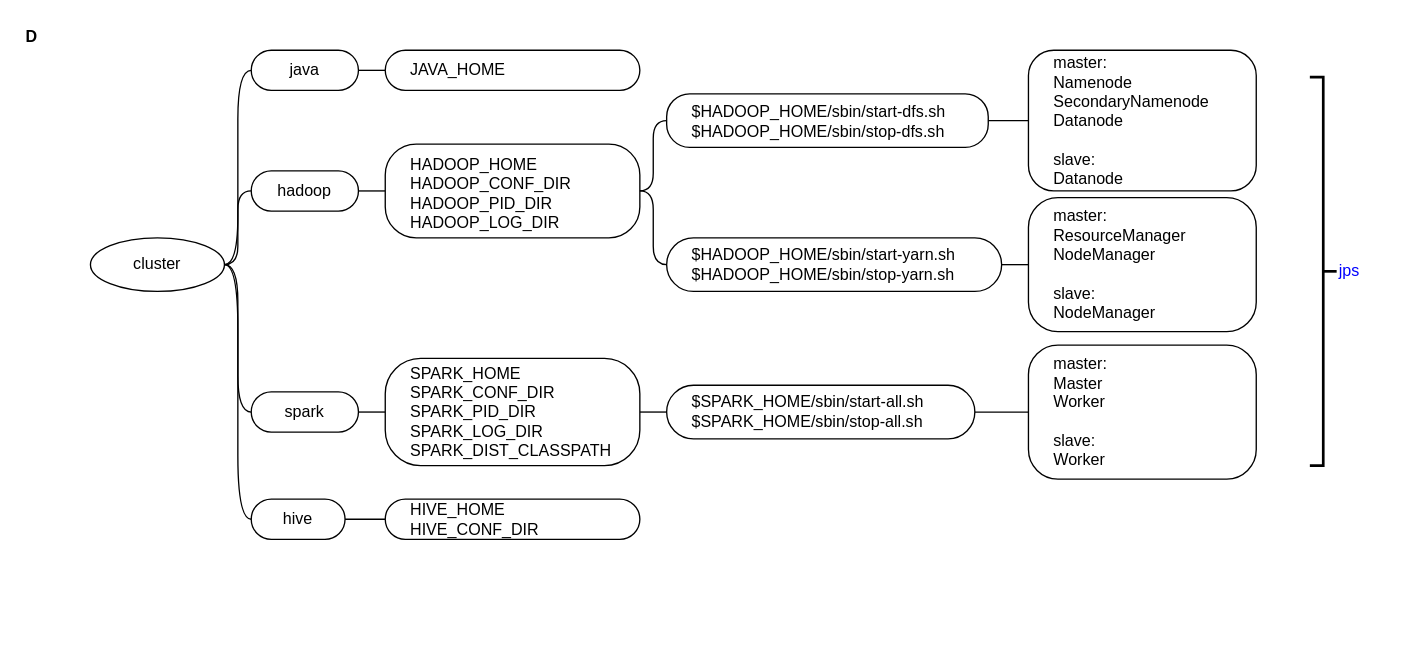
Before: page "cluster" (2 of 3) of scala/scala.drawio in yangdj/tf_docs, a draw.io diagram. Source tidied: cells renumbered, new cells numbered last; positions are measured from the earlier drawing's top-left corner, leaving out a move shared by most shapes. Both pictures are drawn from the tidied source at 134%, with x=0, y=0 at pixel (23, 23).
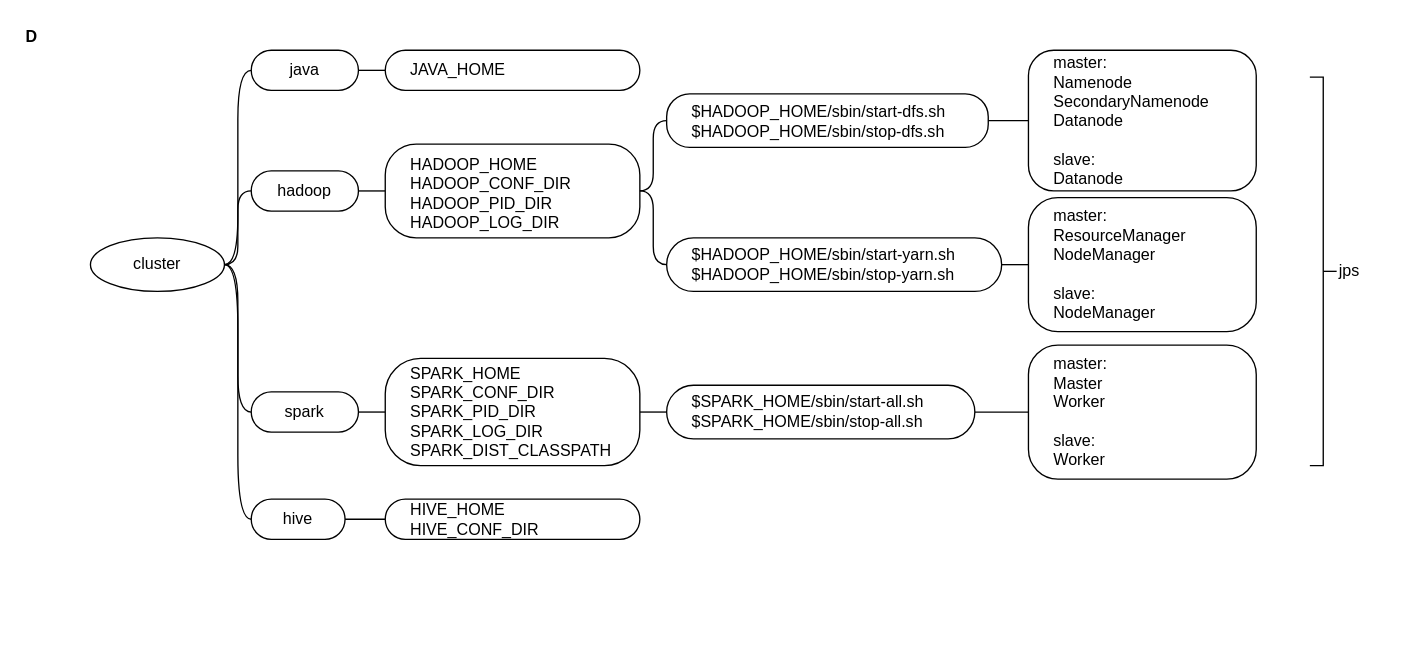
Above is the later version.

The change refers to these unchanged cells:
```xml
<mxCell id="2" value="D" style="swimlane;html=1;startSize=20;horizontal=1;containerType=tree;rounded=1;shadow=0;glass=0;comic=0;fillColor=none;align=left;strokeColor=none;" parent="1" vertex="1">
  <mxGeometry width="1020" height="460" as="geometry" />
</mxCell>
```

What changed in the source:
```diff
@@
-    <mxCell id="32" value="jps" style="strokeWidth=2;html=1;shape=mxgraph.flowchart.annotation_2;align=left;labelPosition=right;fontColor=#0000FF;direction=west;" parent="2" vertex="1">
+    <mxCell id="32" value="jps" style="strokeWidth=1;html=1;shape=mxgraph.flowchart.annotation_2;align=left;labelPosition=right;fontColor=#000000;direction=west;perimeterSpacing=0;" parent="2" vertex="1">
       <mxGeometry x="960" y="40" width="20" height="290" as="geometry" />
     </mxCell>
```
